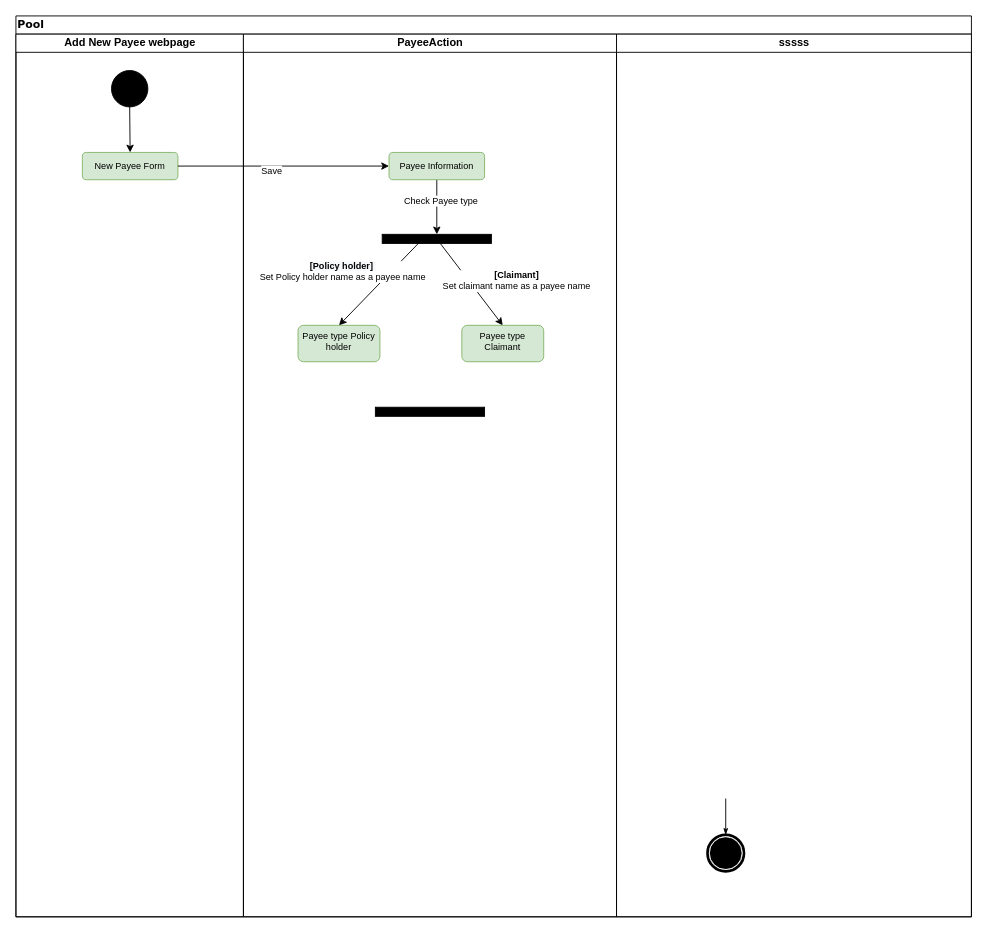
The draw.io diagram ActivityDiagram-AddNewPayee.drawio in phatcharalaw/my-doc, before the edit. Source tidied: cells renumbered, new cells numbered last; positions are measured from the earlier drawing's top-left corner, leaving out a move shared by most shapes. Both pictures are drawn from the tidied source at 91%, with x=0, y=0 at pixel (15, 15).
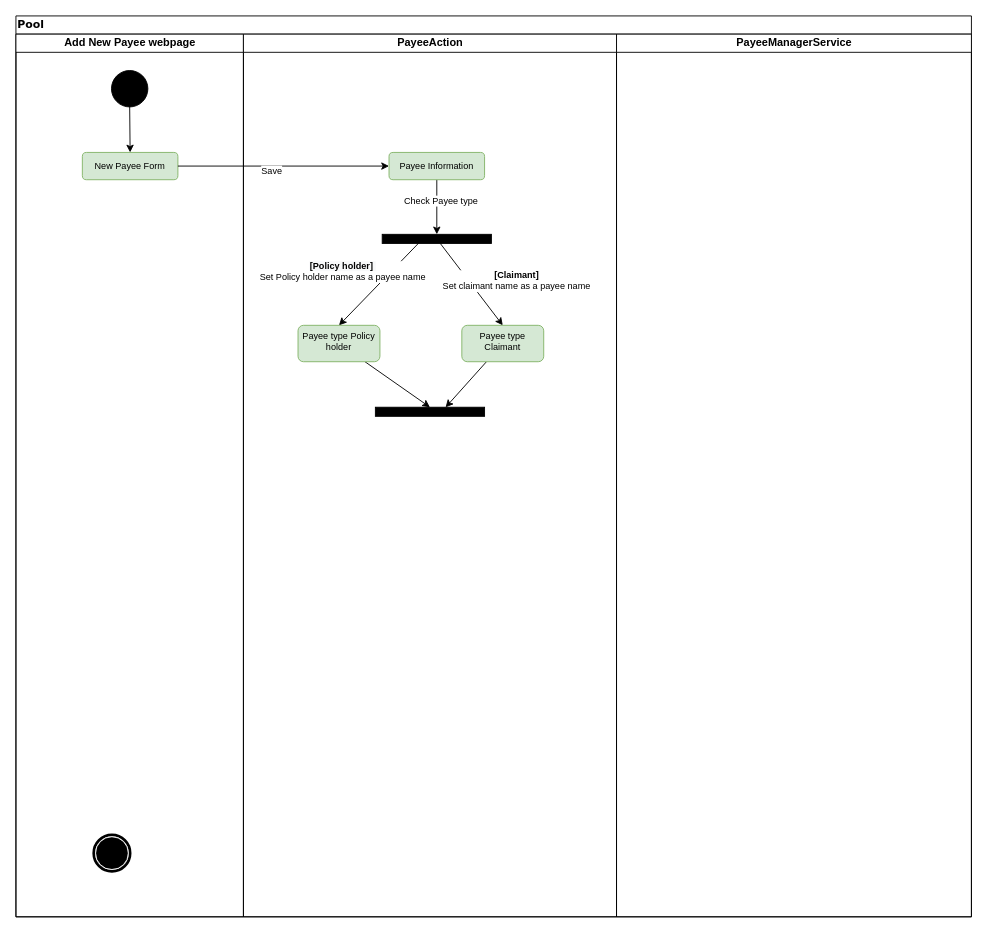
The same page after the edit.

Unchanged cells that the change refers to:
```xml
<mxCell id="2" value="Pool" style="swimlane;html=1;startSize=20;rounded=0;shadow=0;comic=0;labelBackgroundColor=none;strokeColor=#000000;strokeWidth=1;fillColor=#ffffff;fontFamily=Verdana;fontSize=12;fontColor=#000000;align=left;" parent="1" vertex="1">
  <mxGeometry width="1050" height="990" as="geometry" />
</mxCell>
<mxCell id="3" value="Add New Payee webpage" style="swimlane;html=1;startSize=20;" parent="2" vertex="1">
  <mxGeometry y="20" width="250" height="970" as="geometry" />
</mxCell>
<mxCell id="7" value="PayeeAction" style="swimlane;html=1;startSize=20;align=center;" parent="2" vertex="1">
  <mxGeometry x="250" y="20" width="410" height="970" as="geometry" />
</mxCell>
<mxCell id="13" value="Payee type Policy holder" style="rounded=1;whiteSpace=wrap;html=1;fillColor=#d5e8d4;strokeColor=#82b366;fontSize=10;align=center;verticalAlign=top;" parent="7" vertex="1">
  <mxGeometry x="60" y="320" width="90" height="40" as="geometry" />
</mxCell>
<mxCell id="17" value="Payee type Claimant" style="rounded=1;whiteSpace=wrap;html=1;fillColor=#d5e8d4;strokeColor=#82b366;fontSize=10;align=center;verticalAlign=top;" parent="7" vertex="1">
  <mxGeometry x="240" y="320" width="90" height="40" as="geometry" />
</mxCell>
<mxCell id="18" style="rounded=0;whiteSpace=wrap;html=1;fontSize=10;align=left;strokeColor=#000000;fillColor=#000000;" parent="7" vertex="1">
  <mxGeometry x="145" y="410" width="120" height="10" as="geometry" />
</mxCell>
```

What changed in the source:
```diff
@@
+    <mxCell id="21" style="shape=mxgraph.bpmn.shape;html=1;verticalLabelPosition=bottom;labelBackgroundColor=#ffffff;verticalAlign=top;perimeter=ellipsePerimeter;outline=end;symbol=terminate;rounded=0;shadow=0;comic=0;strokeColor=#000000;strokeWidth=1;fillColor=#ffffff;fontFamily=Verdana;fontSize=12;fontColor=#000000;align=center;" parent="3" vertex="1">
+      <mxGeometry x="85.5" y="880" width="40" height="40" as="geometry" />
+    </mxCell>
@@
+    <mxCell id="25" style="edgeStyle=none;rounded=0;jettySize=auto;html=1;entryX=0.5;entryY=0;entryDx=0;entryDy=0;fontSize=10;" parent="7" edge="1" source="13" target="18">
+      <mxGeometry relative="1" as="geometry" />
+    </mxCell>
@@
+    <mxCell id="26" style="edgeStyle=none;rounded=0;jettySize=auto;html=1;entryX=0.643;entryY=0.013;entryDx=0;entryDy=0;entryPerimeter=0;fontSize=10;" parent="7" edge="1" source="17" target="18">
+      <mxGeometry relative="1" as="geometry" />
+    </mxCell>
@@
-    <mxCell id="19" value="sssss" style="swimlane;html=1;startSize=20;" parent="2" vertex="1">
+    <mxCell id="19" value="PayeeManagerService" style="swimlane;html=1;startSize=20;" parent="2" vertex="1">
       <mxGeometry x="660" y="20" width="390" height="970" as="geometry" />
     </mxCell>
-    <mxCell id="20" style="edgeStyle=none;rounded=0;html=1;labelBackgroundColor=none;startArrow=none;startFill=0;startSize=5;endArrow=classicThin;endFill=1;endSize=5;jettySize=auto;strokeColor=#000000;strokeWidth=1;fontFamily=Verdana;fontSize=12;fontColor=#000000;" parent="19" edge="1" target="21">
-      <mxGeometry relative="1" as="geometry">
-        <mxPoint x="120" y="840" as="sourcePoint" />
-      </mxGeometry>
-    </mxCell>
-    <mxCell id="21" style="shape=mxgraph.bpmn.shape;html=1;verticalLabelPosition=bottom;labelBackgroundColor=#ffffff;verticalAlign=top;perimeter=ellipsePerimeter;outline=end;symbol=terminate;rounded=0;shadow=0;comic=0;strokeColor=#000000;strokeWidth=1;fillColor=#ffffff;fontFamily=Verdana;fontSize=12;fontColor=#000000;align=center;" parent="19" vertex="1">
-      <mxGeometry x="100" y="880" width="40" height="40" as="geometry" />
-    </mxCell>
```
